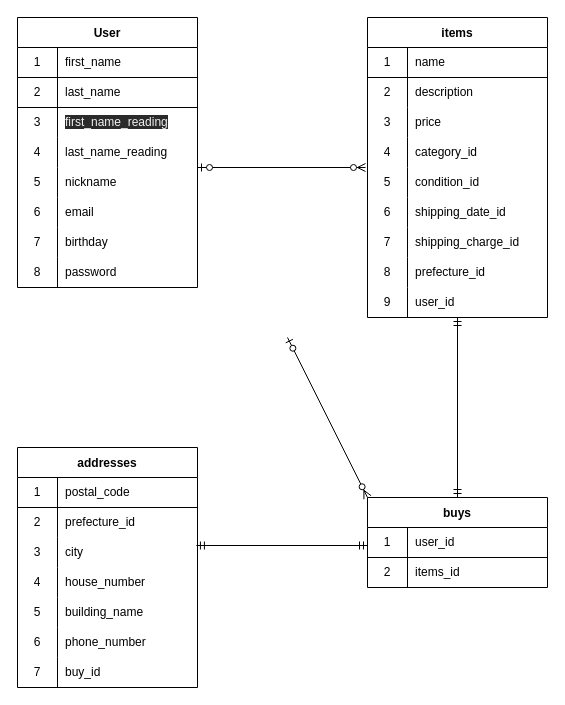
The draw.io diagram furima.dio in isymkz44/furima-38736, before the edit. Source tidied: cells renumbered, new cells numbered last; positions are measured from the earlier drawing's top-left corner, leaving out a move shared by most shapes. Both pictures are drawn from the tidied source at 100%, with x=0, y=0 at pixel (17, 17).
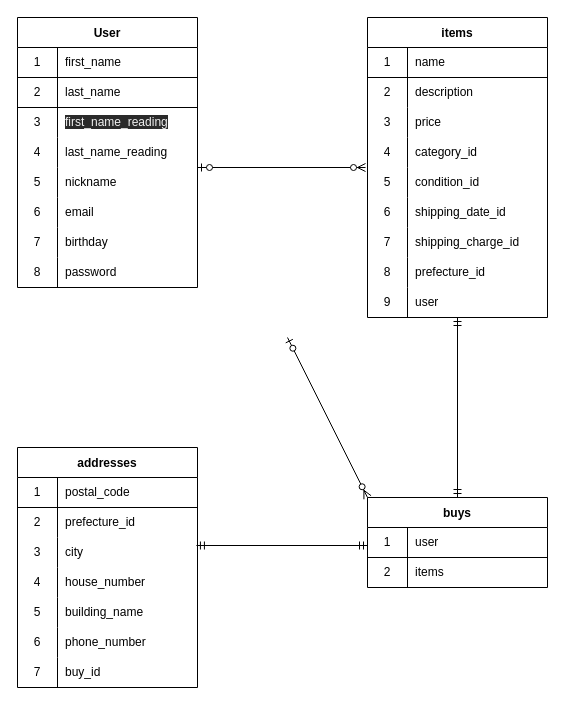
Above is the later version.

The change refers to these unchanged cells:
```xml
<mxCell id="52" style="shape=partialRectangle;html=1;whiteSpace=wrap;fillColor=none;top=0;left=0;bottom=0;right=0;labelBackgroundColor=none;" parent="27" vertex="1">
  <mxGeometry y="270" width="180" height="30" as="geometry" />
</mxCell>
<mxCell id="56" style="shape=partialRectangle;html=1;whiteSpace=wrap;fillColor=none;top=0;left=0;bottom=1;right=0;labelBackgroundColor=none;" parent="55" vertex="1">
  <mxGeometry y="30" width="180" height="30" as="geometry" />
</mxCell>
<mxCell id="59" style="shape=partialRectangle;html=1;whiteSpace=wrap;fillColor=none;top=0;left=0;bottom=0;right=0;labelBackgroundColor=none;" parent="55" vertex="1">
  <mxGeometry y="60" width="180" height="30" as="geometry" />
</mxCell>
```

The edit, as a diff of the source:
```diff
@@
-    <mxCell id="54" value="user_id" style="shape=partialRectangle;html=1;whiteSpace=wrap;fillColor=none;top=0;left=0;bottom=0;right=0;align=left;spacingLeft=6;overflow=hidden;labelBackgroundColor=none;" parent="52" vertex="1">
+    <mxCell id="54" value="user" style="shape=partialRectangle;html=1;whiteSpace=wrap;fillColor=none;top=0;left=0;bottom=0;right=0;align=left;spacingLeft=6;overflow=hidden;labelBackgroundColor=none;" parent="52" vertex="1">
       <mxGeometry x="40" width="140" height="30" as="geometry" />
     </mxCell>
@@
-    <mxCell id="58" value="user_id&lt;span style=&quot;white-space: pre&quot;&gt;&#9;&lt;/span&gt;" style="shape=partialRectangle;html=1;whiteSpace=wrap;fillColor=none;top=0;left=0;bottom=0;right=0;align=left;spacingLeft=6;overflow=hidden;labelBackgroundColor=none;" parent="56" vertex="1">
+    <mxCell id="58" value="user" style="shape=partialRectangle;html=1;whiteSpace=wrap;fillColor=none;top=0;left=0;bottom=0;right=0;align=left;spacingLeft=6;overflow=hidden;labelBackgroundColor=none;" parent="56" vertex="1">
       <mxGeometry x="40" width="140" height="30" as="geometry" />
     </mxCell>
@@
-    <mxCell id="61" value="items_id" style="shape=partialRectangle;html=1;whiteSpace=wrap;fillColor=none;top=0;left=0;bottom=0;right=0;align=left;spacingLeft=6;overflow=hidden;labelBackgroundColor=none;" parent="59" vertex="1">
+    <mxCell id="61" value="items" style="shape=partialRectangle;html=1;whiteSpace=wrap;fillColor=none;top=0;left=0;bottom=0;right=0;align=left;spacingLeft=6;overflow=hidden;labelBackgroundColor=none;" parent="59" vertex="1">
       <mxGeometry x="40" width="140" height="30" as="geometry" />
     </mxCell>
```
